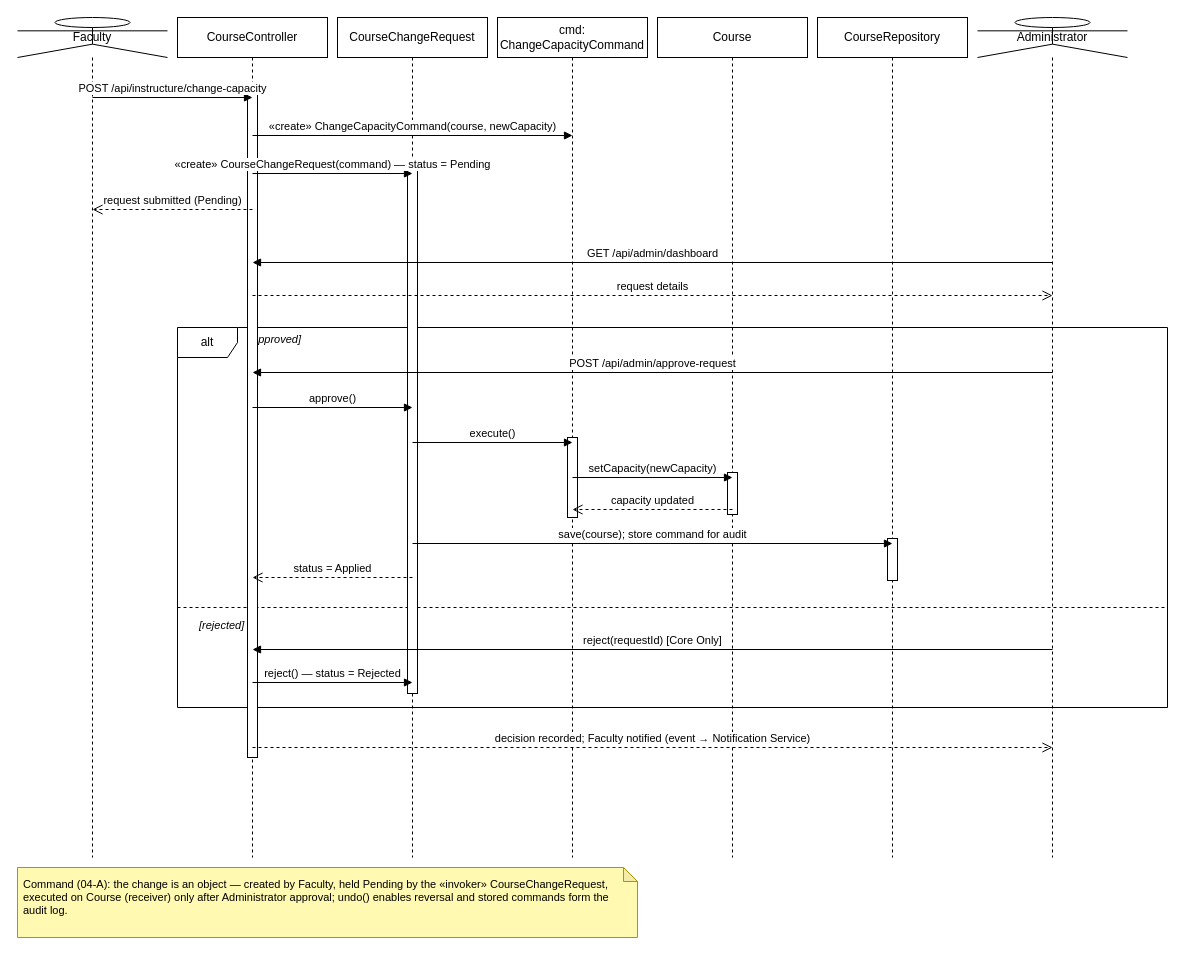
Above: Diagrams/Sequence_diagrams/seq-4-course-change-approval.drawio in Tharusha-dev/soft_architect_redda (draw.io), before the change. Source tidied: cells renumbered, new cells numbered last; positions are measured from the earlier drawing's top-left corner, leaving out a move shared by most shapes. Both pictures are drawn from the tidied source at 100%, with x=0, y=0 at pixel (17, 17).
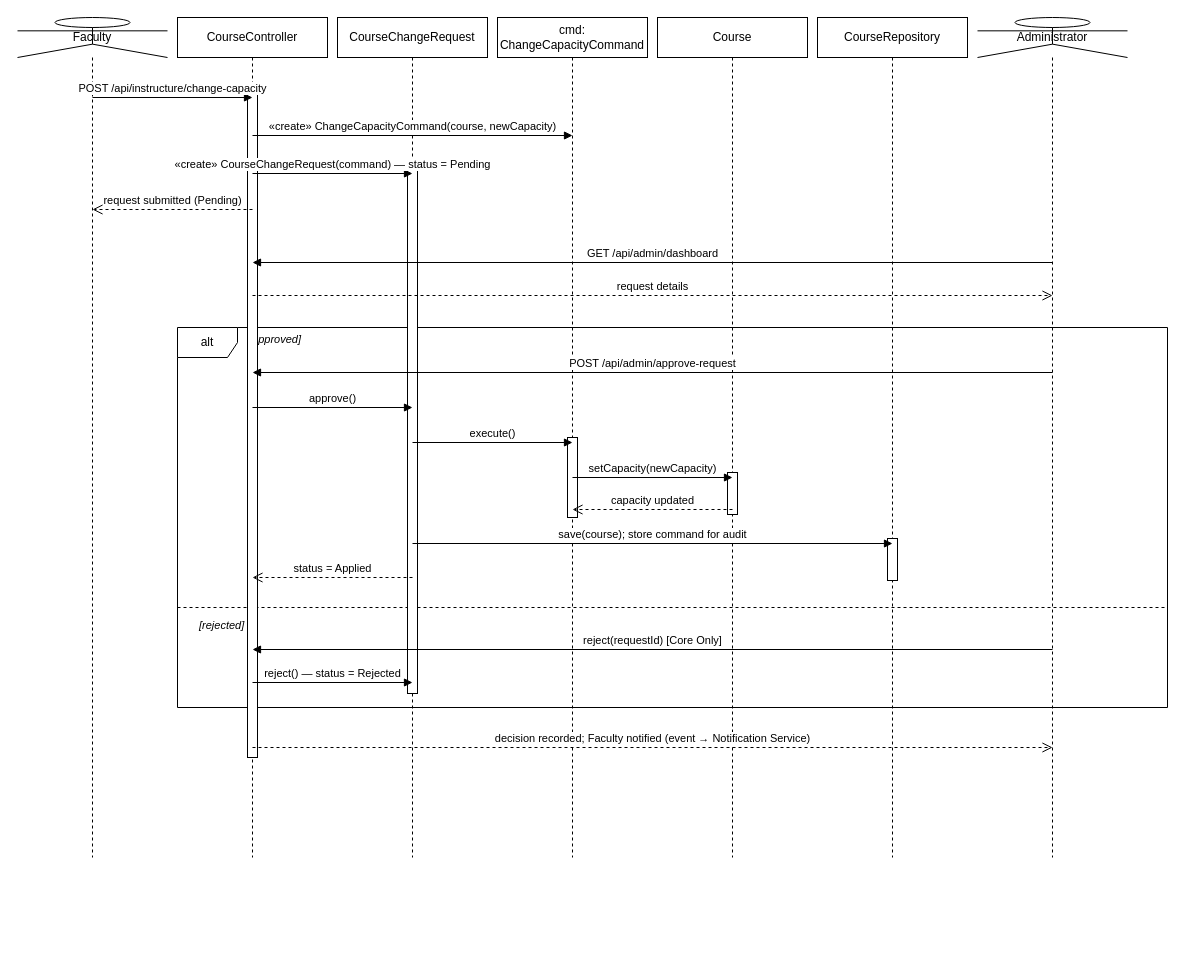
The same diagram, later.

Change to the diagram source:
```diff
@@
-    <mxCell id="34" value="Command (04-A): the change is an object — created by Faculty, held Pending by the «invoker» CourseChangeRequest, executed on Course (receiver) only after Administrator approval; undo() enables reversal and stored commands form the audit log." style="shape=note;whiteSpace=wrap;html=1;backgroundOutline=1;darkOpacity=0.05;fillColor=#FFF9B2;strokeColor=#B09500;size=14;align=left;verticalAlign=top;spacing=6;fontSize=11;" parent="1" vertex="1">
-      <mxGeometry y="850" width="620" height="70" as="geometry" />
-    </mxCell>
```
